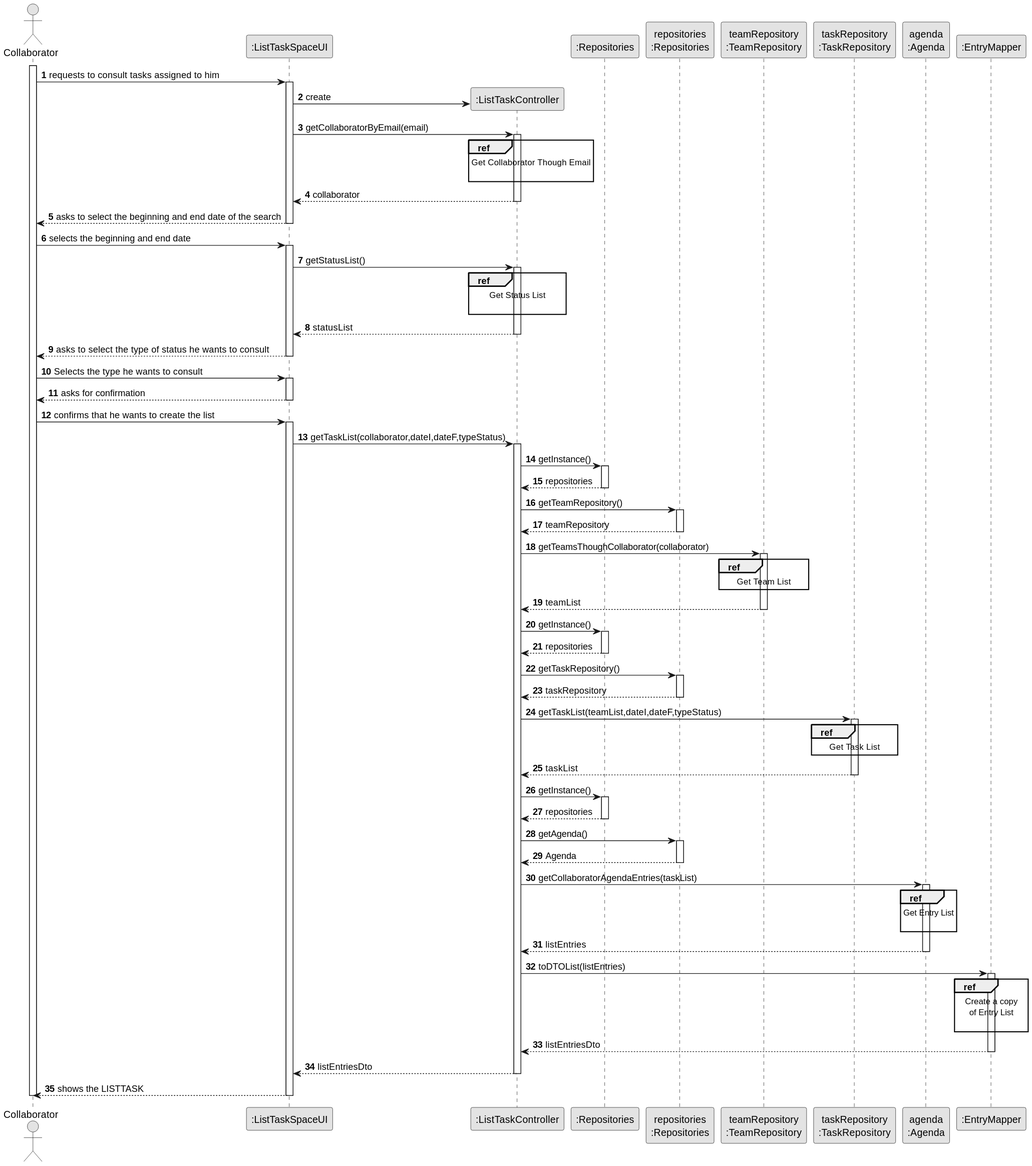
This is docs/sprintC/us028/03.design/svg/us028-sequence-diagram-split.svg from diogoveirospro/lei-24-s2-1dg-g072, a PlantUML export, as it was before one commit.
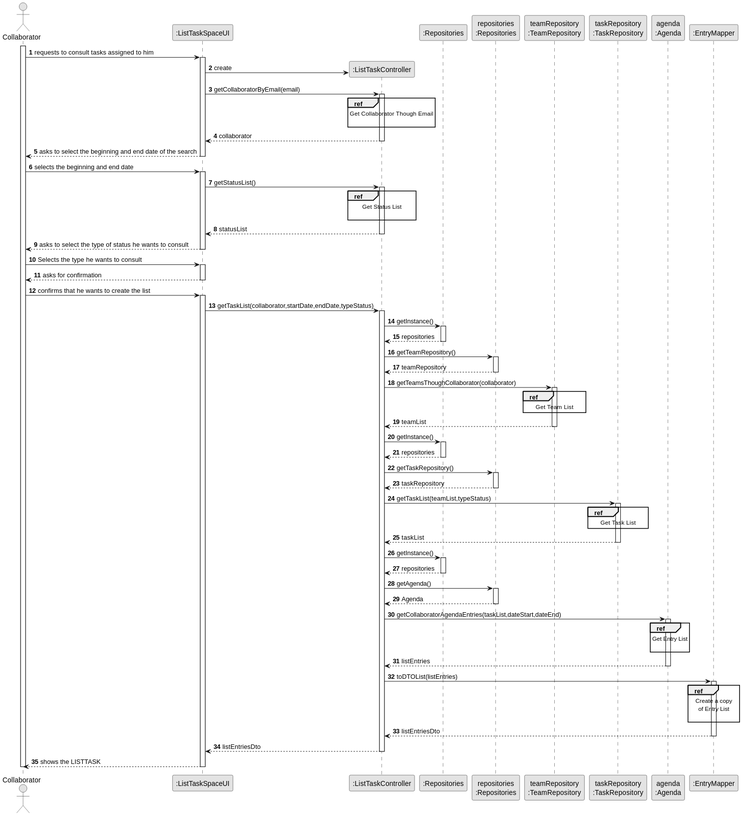
After the commit.

The edit, as a diff of the source:
```diff
@@ -63,7 +63,7 @@
 Col -> UI : confirms that he wants to create the list
     activate UI
 
-    UI -> CTRL : getTaskList(collaborator,dateI,dateF,typeStatus)
+    UI -> CTRL : getTaskList(collaborator,startDate,endDate,typeStatus)
         activate CTRL
 
 
@@ -99,7 +99,7 @@
             REP --> CTRL : taskRepository
             deactivate REP
 
-        CTRL -> taskRepository : getTaskList(teamList,dateI,dateF,typeStatus)
+        CTRL -> taskRepository : getTaskList(teamList,typeStatus)
             activate taskRepository
                 ref over taskRepository
                     Get Task List
@@ -120,7 +120,7 @@
             REP --> CTRL : Agenda
             deactivate REP
 
-        CTRL -> AGENDA : getCollaboratorAgendaEntries(taskList)
+        CTRL -> AGENDA : getCollaboratorAgendaEntries(taskList,dateStart,dateEnd)
             activate AGENDA
 
                 ref over AGENDA
```
